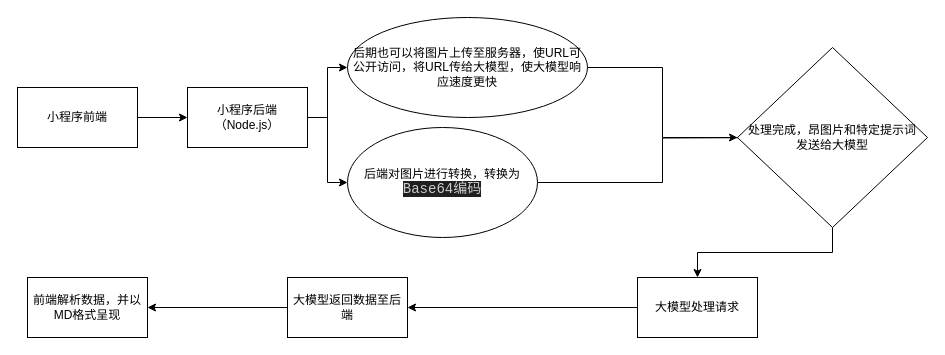
This is 未命名绘图.drawio from JiQingzhe2004/blog-img, a draw.io file, before an edit. Source tidied: cells renumbered, new cells numbered last; positions are measured from the earlier drawing's top-left corner, leaving out a move shared by most shapes. Both pictures are drawn from the tidied source at 100%, with x=0, y=0 at pixel (17, 17).
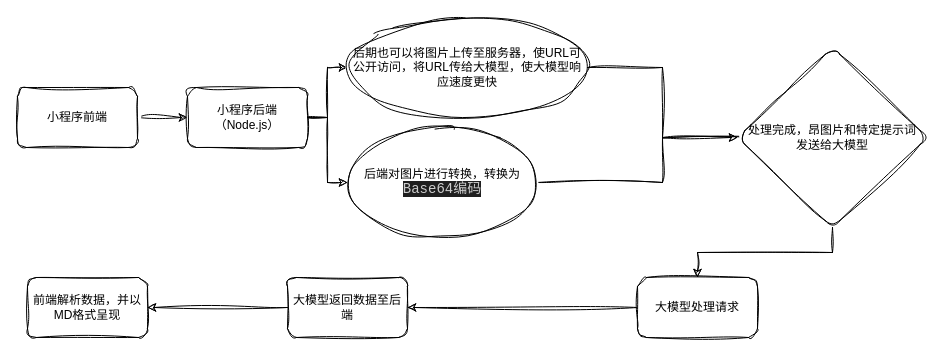
The same diagram, later.

The edit, as a diff of the source:
```diff
@@
 <mxGraphModel>
   <root>
     <mxCell id="0" />
     <mxCell id="1" parent="0" />
-    <mxCell id="2" style="edgeStyle=orthogonalEdgeStyle;rounded=0;jettySize=auto;html=1;" parent="1" edge="1" source="3" target="6">
+    <mxCell id="2" style="edgeStyle=orthogonalEdgeStyle;rounded=0;jettySize=auto;html=1;sketch=1;curveFitting=1;jiggle=2;" parent="1" edge="1" source="3" target="6">
       <mxGeometry relative="1" as="geometry" />
     </mxCell>
-    <mxCell id="3" value="小程序前端" style="rounded=0;whiteSpace=wrap;html=1;" parent="1" vertex="1">
+    <mxCell id="3" value="小程序前端" style="rounded=1;whiteSpace=wrap;html=1;sketch=1;curveFitting=1;jiggle=2;" parent="1" vertex="1">
       <mxGeometry y="70" width="120" height="60" as="geometry" />
     </mxCell>
-    <mxCell id="4" style="edgeStyle=orthogonalEdgeStyle;rounded=0;jettySize=auto;html=1;" parent="1" edge="1" source="6" target="8">
+    <mxCell id="4" style="edgeStyle=orthogonalEdgeStyle;rounded=0;jettySize=auto;html=1;sketch=1;curveFitting=1;jiggle=2;" parent="1" edge="1" source="6" target="8">
       <mxGeometry relative="1" as="geometry" />
     </mxCell>
-    <mxCell id="5" style="edgeStyle=orthogonalEdgeStyle;rounded=0;jettySize=auto;html=1;" parent="1" edge="1" source="6" target="10">
+    <mxCell id="5" style="edgeStyle=orthogonalEdgeStyle;rounded=0;jettySize=auto;html=1;sketch=1;curveFitting=1;jiggle=2;" parent="1" edge="1" source="6" target="10">
       <mxGeometry relative="1" as="geometry" />
     </mxCell>
-    <mxCell id="6" value="小程序后端（Node.js）" style="whiteSpace=wrap;html=1;rounded=0;" parent="1" vertex="1">
+    <mxCell id="6" value="小程序后端（Node.js）" style="whiteSpace=wrap;html=1;rounded=1;glass=0;sketch=1;curveFitting=1;jiggle=2;" parent="1" vertex="1">
       <mxGeometry x="170" y="70" width="120" height="60" as="geometry" />
     </mxCell>
-    <mxCell id="7" style="edgeStyle=orthogonalEdgeStyle;rounded=0;jettySize=auto;html=1;" parent="1" edge="1" source="8">
+    <mxCell id="7" style="edgeStyle=orthogonalEdgeStyle;rounded=0;jettySize=auto;html=1;sketch=1;curveFitting=1;jiggle=2;" parent="1" edge="1" source="8">
       <mxGeometry relative="1" as="geometry">
         <mxPoint x="770" y="120" as="targetPoint" />
       </mxGeometry>
     </mxCell>
-    <mxCell id="8" value="后端对图片进行转换，转换为&lt;span style=&quot;background-color: rgb(31, 31, 31); color: rgb(204, 204, 204); font-family: Consolas, &amp;quot;Courier New&amp;quot;, monospace; font-size: 14px; white-space: pre;&quot;&gt;Base64编码&lt;/span&gt;" style="ellipse;whiteSpace=wrap;html=1;rounded=0;" parent="1" vertex="1">
+    <mxCell id="8" value="后端对图片进行转换，转换为&lt;span style=&quot;background-color: rgb(31, 31, 31); color: rgb(204, 204, 204); font-family: Consolas, &amp;quot;Courier New&amp;quot;, monospace; font-size: 14px; white-space: pre;&quot;&gt;Base64编码&lt;/span&gt;" style="ellipse;whiteSpace=wrap;html=1;rounded=0;sketch=1;curveFitting=1;jiggle=2;" parent="1" vertex="1">
       <mxGeometry x="330" y="110" width="190" height="110" as="geometry" />
     </mxCell>
-    <mxCell id="9" style="edgeStyle=orthogonalEdgeStyle;rounded=0;jettySize=auto;html=1;" parent="1" edge="1" source="10" target="12">
+    <mxCell id="9" style="edgeStyle=orthogonalEdgeStyle;rounded=0;jettySize=auto;html=1;sketch=1;curveFitting=1;jiggle=2;" parent="1" edge="1" source="10" target="12">
       <mxGeometry relative="1" as="geometry" />
     </mxCell>
-    <mxCell id="10" value="后期也可以将图片上传至服务器，使URL可公开访问，将URL传给大模型，使大模型响应速度更快" style="ellipse;whiteSpace=wrap;html=1;rounded=0;" parent="1" vertex="1">
+    <mxCell id="10" value="后期也可以将图片上传至服务器，使URL可公开访问，将URL传给大模型，使大模型响应速度更快" style="ellipse;whiteSpace=wrap;html=1;rounded=0;gradientColor=none;sketch=1;curveFitting=1;jiggle=2;" parent="1" vertex="1">
       <mxGeometry x="330" width="240" height="100" as="geometry" />
     </mxCell>
-    <mxCell id="11" style="edgeStyle=orthogonalEdgeStyle;rounded=0;jettySize=auto;html=1;" parent="1" edge="1" source="12" target="14">
+    <mxCell id="11" style="edgeStyle=orthogonalEdgeStyle;rounded=0;jettySize=auto;html=1;flowAnimation=0;sketch=1;curveFitting=1;jiggle=2;" parent="1" edge="1" source="12" target="14">
       <mxGeometry relative="1" as="geometry" />
     </mxCell>
-    <mxCell id="12" value="处理完成，昂图片和特定提示词&lt;div&gt;发送给大模型&lt;/div&gt;" style="rhombus;whiteSpace=wrap;html=1;rounded=0;" parent="1" vertex="1">
+    <mxCell id="12" value="处理完成，昂图片和特定提示词&lt;div&gt;发送给大模型&lt;/div&gt;" style="rhombus;whiteSpace=wrap;html=1;rounded=1;sketch=1;curveFitting=1;jiggle=2;shadow=0;" parent="1" vertex="1">
       <mxGeometry x="720" y="30" width="190" height="180" as="geometry" />
     </mxCell>
-    <mxCell id="13" style="edgeStyle=orthogonalEdgeStyle;rounded=0;jettySize=auto;html=1;" parent="1" edge="1" source="14" target="16">
+    <mxCell id="13" style="edgeStyle=orthogonalEdgeStyle;rounded=0;jettySize=auto;html=1;sketch=1;curveFitting=1;jiggle=2;flowAnimation=1;" parent="1" edge="1" source="14" target="16">
       <mxGeometry relative="1" as="geometry" />
     </mxCell>
-    <mxCell id="14" value="大模型处理请求" style="rounded=0;whiteSpace=wrap;html=1;" parent="1" vertex="1">
+    <mxCell id="14" value="大模型处理请求" style="rounded=1;whiteSpace=wrap;html=1;sketch=1;curveFitting=1;jiggle=2;" parent="1" vertex="1">
       <mxGeometry x="620" y="260" width="120" height="60" as="geometry" />
     </mxCell>
-    <mxCell id="15" style="edgeStyle=orthogonalEdgeStyle;rounded=0;jettySize=auto;html=1;" parent="1" edge="1" source="16" target="17">
+    <mxCell id="15" style="edgeStyle=orthogonalEdgeStyle;rounded=0;jettySize=auto;html=1;sketch=1;curveFitting=1;jiggle=2;" parent="1" edge="1" source="16" target="17">
       <mxGeometry relative="1" as="geometry" />
     </mxCell>
-    <mxCell id="16" value="大模型返回数据至后端" style="rounded=0;whiteSpace=wrap;html=1;" parent="1" vertex="1">
+    <mxCell id="16" value="大模型返回数据至后端" style="rounded=1;whiteSpace=wrap;html=1;sketch=1;curveFitting=1;jiggle=2;" parent="1" vertex="1">
       <mxGeometry x="270" y="260" width="120" height="60" as="geometry" />
     </mxCell>
-    <mxCell id="17" value="前端解析数据，并以MD格式呈现" style="rounded=0;whiteSpace=wrap;html=1;" parent="1" vertex="1">
+    <mxCell id="17" value="前端解析数据，并以MD格式呈现" style="rounded=1;whiteSpace=wrap;html=1;sketch=1;curveFitting=1;jiggle=2;" parent="1" vertex="1">
       <mxGeometry x="10" y="260" width="120" height="60" as="geometry" />
     </mxCell>
   </root>
 </mxGraphModel>
```
